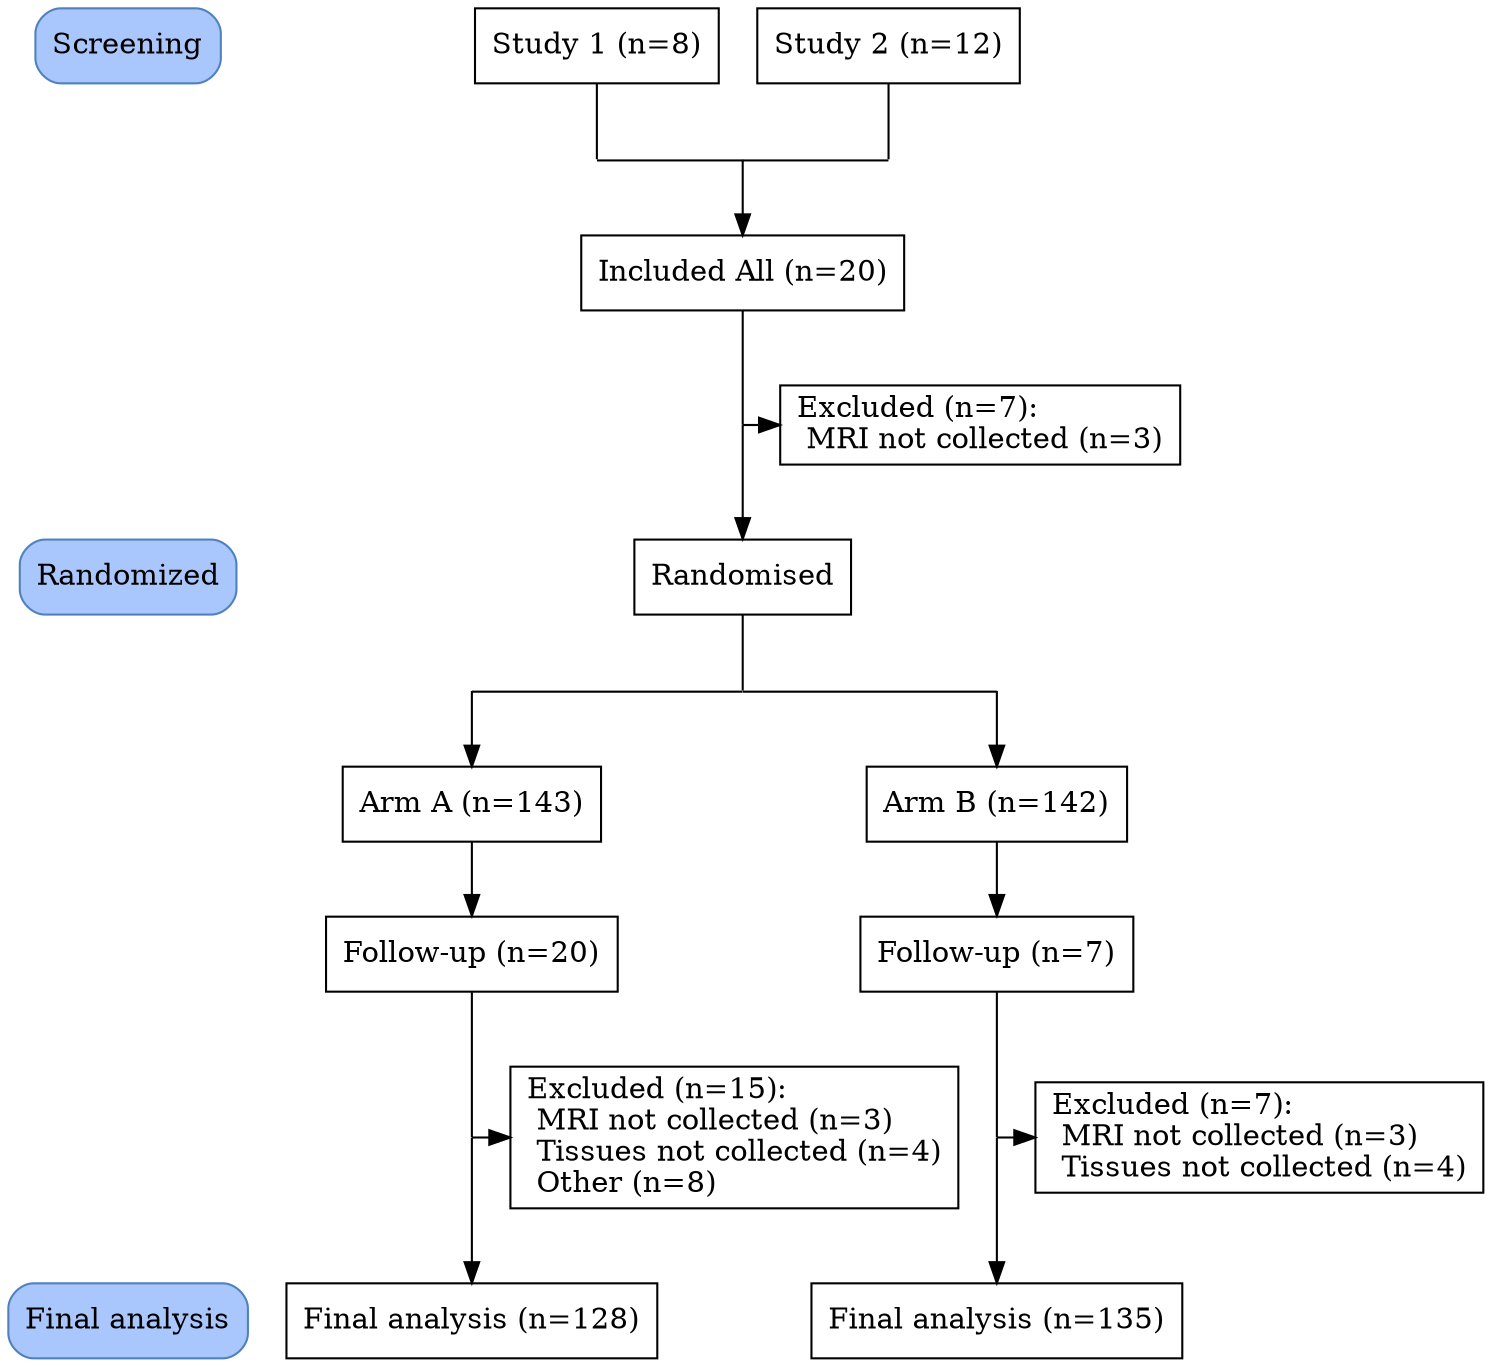
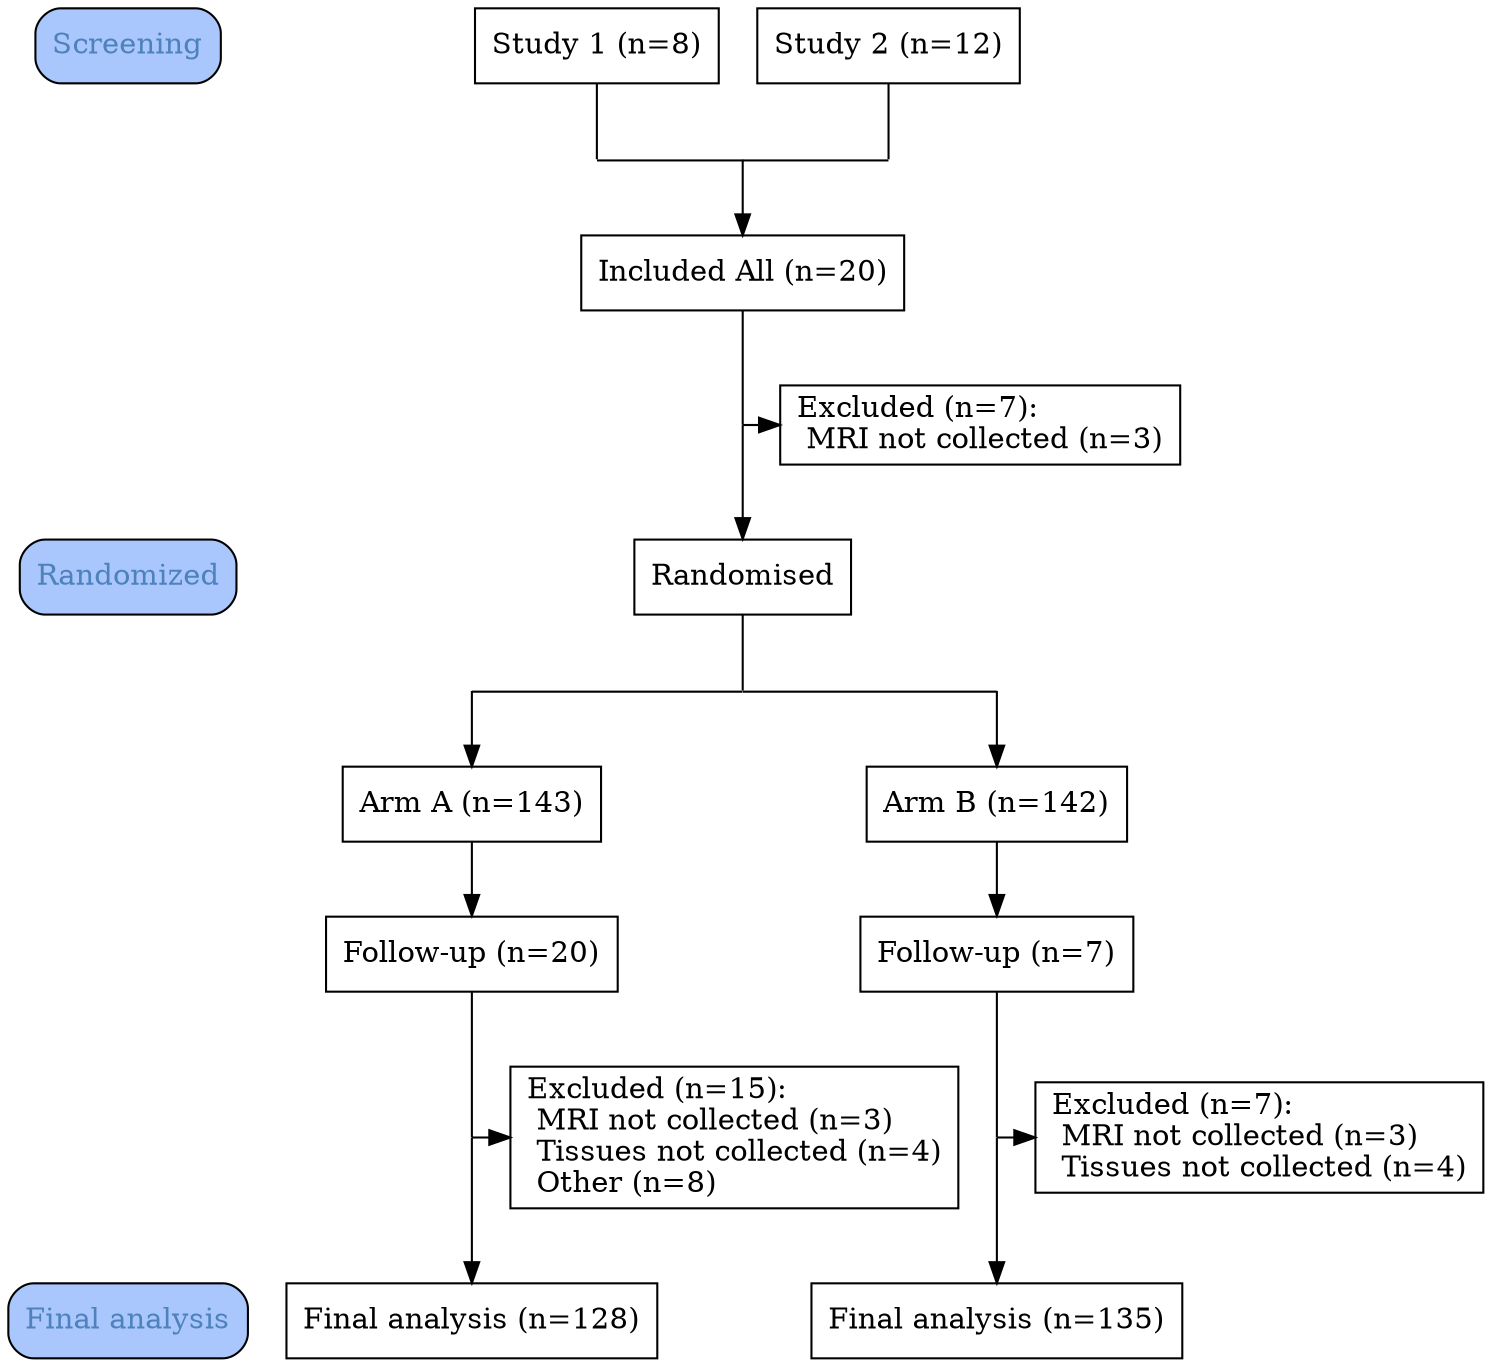
digraph consort_diagram {
  graph [layout = dot, splines=ortho]

- node [shape = rectangle, style = "rounded,filled", fillcolor = "#A9C7FD" color = "#4F81BD"]
- label14 [label = "Screening"]
- label15 [label = "Randomized"]
- label16 [label = "Final analysis"]
+ node [shape = rectangle]

+ label14 [label = "Screening" fillcolor="#A9C7FD" style="rounded,filled" fontcolor="#4F81BD"]
+ label15 [label = "Randomized" fillcolor="#A9C7FD" style="rounded,filled" fontcolor="#4F81BD"]
+ label16 [label = "Final analysis" fillcolor="#A9C7FD" style="rounded,filled" fontcolor="#4F81BD"]

edge[style=invis];
label14 -> label15 -> label16;


# node definitions with substituted label text
-   node [shape = rectangle, fillcolor = Biege, style="", fillcolor = "", color = ""]

- node1 [label = "Study 1 (n=8)" group=A1]
- node2 [label = "Study 2 (n=12)" group=A2]
- node3 [label = "Included All (n=20)" group=B1]
- node4 [label = "Excluded (n=7):\l MRI not collected (n=3)\l"]
- node5 [label = "Randomised" group=B1]
- node6 [label = "Arm A (n=143)" group=A1]
- node7 [label = "Arm B (n=142)" group=A2]
- node8 [label = "Follow-up (n=20)" group=A1]
- node9 [label = "Follow-up (n=7)" group=A2]
- node10 [label = "Excluded (n=15):\l MRI not collected (n=3)\l Tissues not collected (n=4)\l Other (n=8)\l"]
- node11 [label = "Excluded (n=7):\l MRI not collected (n=3)\l Tissues not collected (n=4)\l"]
- node12 [label = "Final analysis (n=128)" group=A1]
- node13 [label = "Final analysis (n=135)" group=A2]
+ node1 [label = "Study 1 (n=8)" group=A1 fillcolor="white" style="filled" fontcolor="black"]
+ node2 [label = "Study 2 (n=12)" group=A2 fillcolor="white" style="filled" fontcolor="black"]
+ node3 [label = "Included All (n=20)" group=B1 fillcolor="white" style="filled" fontcolor="black"]
+ node4 [label = "Excluded (n=7):\l MRI not collected (n=3)\l" fillcolor="white" style="filled" fontcolor="black"]
+ node5 [label = "Randomised" group=B1 fillcolor="white" style="filled" fontcolor="black"]
+ node6 [label = "Arm A (n=143)" group=A1 fillcolor="white" style="filled" fontcolor="black"]
+ node7 [label = "Arm B (n=142)" group=A2 fillcolor="white" style="filled" fontcolor="black"]
+ node8 [label = "Follow-up (n=20)" group=A1 fillcolor="white" style="filled" fontcolor="black"]
+ node9 [label = "Follow-up (n=7)" group=A2 fillcolor="white" style="filled" fontcolor="black"]
+ node10 [label = "Excluded (n=15):\l MRI not collected (n=3)\l Tissues not collected (n=4)\l Other (n=8)\l" fillcolor="white" style="filled" fontcolor="black"]
+ node11 [label = "Excluded (n=7):\l MRI not collected (n=3)\l Tissues not collected (n=4)\l" fillcolor="white" style="filled" fontcolor="black"]
+ node12 [label = "Final analysis (n=128)" group=A1 fillcolor="white" style="filled" fontcolor="black"]
+ node13 [label = "Final analysis (n=135)" group=A2 fillcolor="white" style="filled" fontcolor="black"]


## Invisible point node for joints

node [shape = point, width = 0, style=invis]

P1 [group=A1]
P2 [group=B1]
P3 [group=A2]
P4 [group=B1]
P5 [group=A1]
P6 [group=B1]
P7 [group=A2]
P8 [group=A1]
P9 [group=A2]

subgraph {
  rank = same; rankdir = LR; P1; P2; P3;
  }
subgraph {
  rank = same; rankdir = LR; label14;  node1; node2;
  }
subgraph {
  rank = same; rankdir = LR; node3;
  }
subgraph {
  rank = same; rankdir = LR; P4; node4;
  }
subgraph {
  rank = same; rankdir = LR; P5; P6; P7;
  }
subgraph {
  rank = same; rankdir = LR; node6; node7;
  }
subgraph {
  rank = same; rankdir = LR; node8; node9;
  }
subgraph {
  rank = same; rankdir = LR; P8; node10;
  }
subgraph {
  rank = same; rankdir = LR; label16;  node12; node13;
  }
subgraph {
  rank = same; rankdir = LR; node10; node11;
  }
subgraph {
  rank = same; rankdir = LR; P9; node11;
  }
subgraph {
  rank = same; rankdir = LR; label15; node5;
  }

- edge[style=""];
+ edge[color="black" penwidth=1 style="" arrowhead="normal" arrowsize=1.00];

P2 -> node3;
node1 -> P1 [arrowhead = none];
node2 -> P3 [arrowhead = none];
P1 -> P2 -> P3 [arrowhead = none];
node3 -> P4 [arrowhead = none];
P4 -> node4;
P4 -> node5;
node5 -> P6 [arrowhead = none];
P5 -> node6;
P7 -> node7;
P5 -> P6 -> P7 [arrowhead = none];
node6 -> node8;
node7 -> node9;
node8 -> P8 [arrowhead = none];
P8 -> node10;
P8 -> node12;
node9 -> P9 [arrowhead = none];
P9 -> node11;
P9 -> node13;


}
